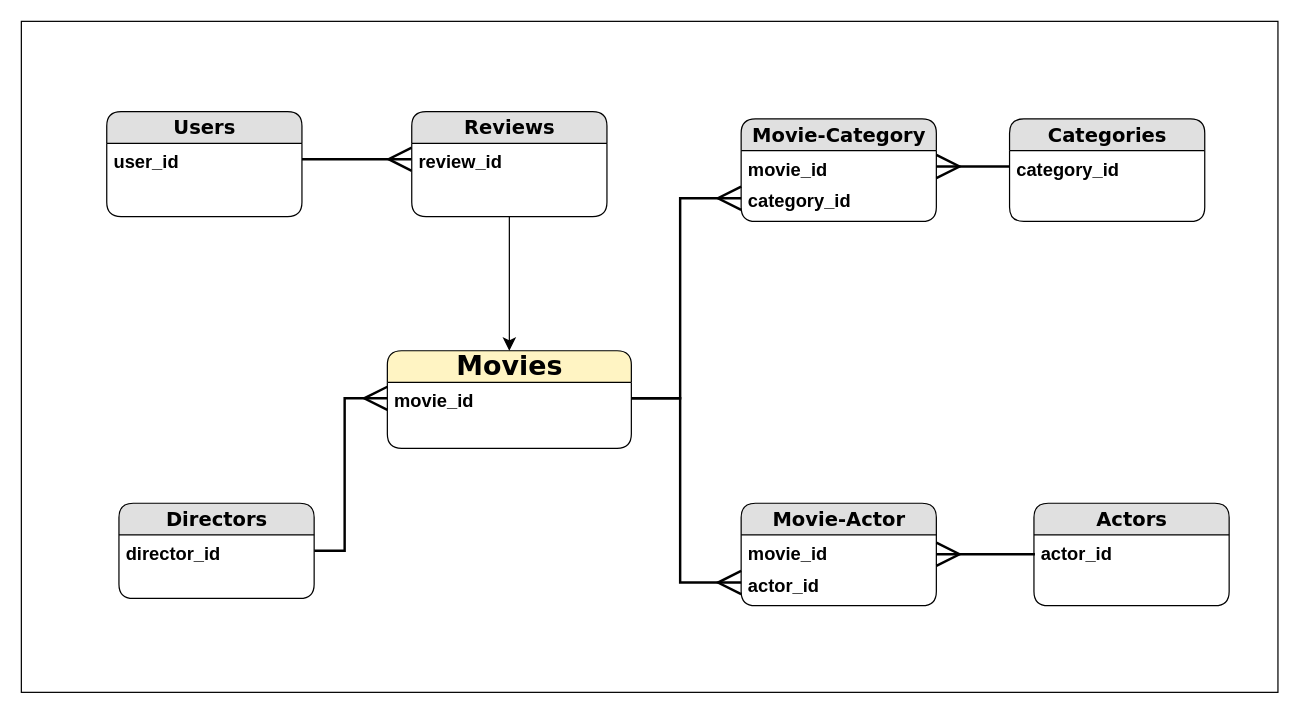
Earlier version of the draw.io diagram db/Untitled Diagram.drawio (georgiosKachrimanis/MovieDB). Source tidied: cells renumbered, new cells numbered last; positions are measured from the earlier drawing's top-left corner, leaving out a move shared by most shapes. Both pictures are drawn from the tidied source at 122%, with x=0, y=0 at pixel (21, 21).
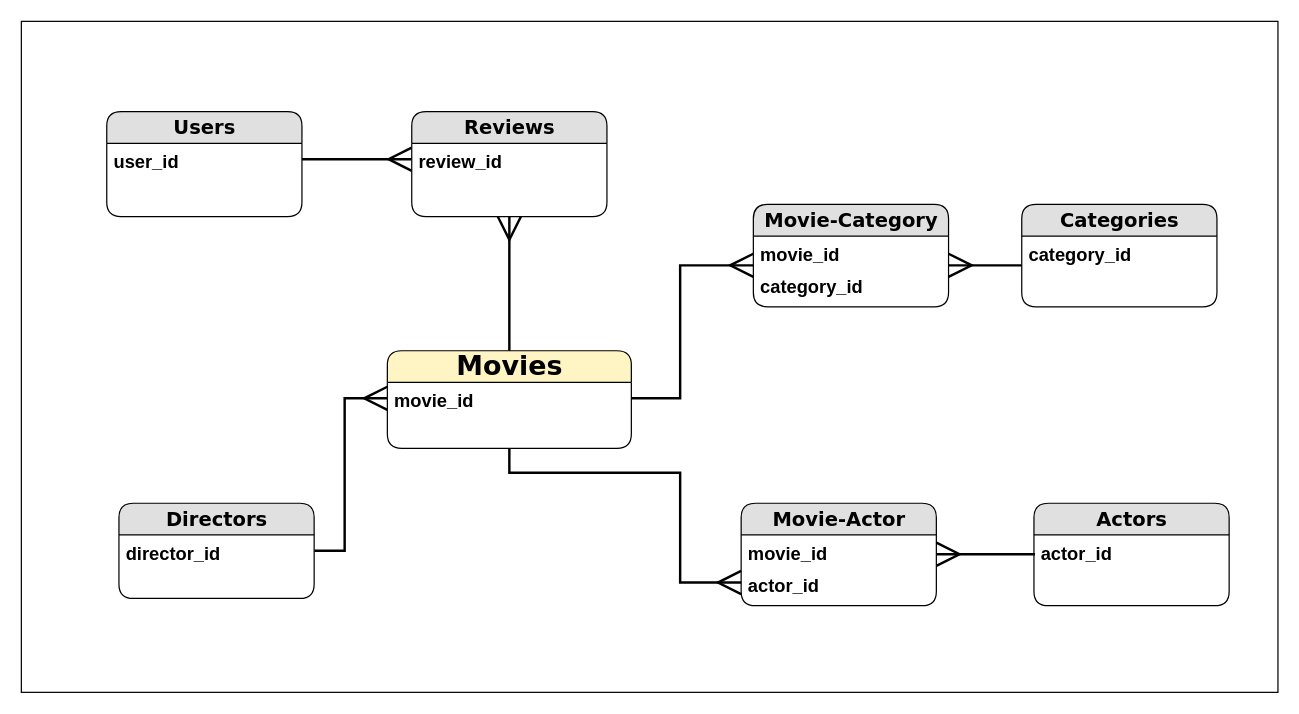
The same diagram, later.

The change refers to these unchanged cells:
```xml
<mxCell id="6" value="Reviews" style="swimlane;html=1;fontStyle=1;horizontal=1;startSize=26;fillColor=#e0e0e0;swimlaneFillColor=#ffffff;align=center;rounded=1;shadow=0;comic=0;labelBackgroundColor=none;strokeWidth=1;fontFamily=Verdana;fontSize=16;" parent="1" vertex="1">
  <mxGeometry x="320" y="74" width="160" height="86" as="geometry" />
</mxCell>
<mxCell id="9" value="Movies" style="swimlane;html=1;fontStyle=1;horizontal=1;startSize=26;fillColor=#FFF4C3;swimlaneFillColor=#ffffff;align=center;rounded=1;shadow=0;comic=0;labelBackgroundColor=none;strokeWidth=1;fontFamily=Verdana;fontSize=22;" parent="1" vertex="1">
  <mxGeometry x="300" y="270" width="200" height="80" as="geometry" />
</mxCell>
<mxCell id="10" value="movie_id" style="text;html=1;strokeColor=none;fillColor=none;spacingLeft=4;spacingRight=4;whiteSpace=wrap;overflow=hidden;points=[[0,0.5],[1,0.5]];portConstraint=eastwest;fontSize=15;fontStyle=1;" parent="9" vertex="1">
  <mxGeometry y="26" width="200" height="26" as="geometry" />
</mxCell>
<mxCell id="15" value="category_id" style="text;html=1;strokeColor=none;fillColor=none;spacingLeft=4;spacingRight=4;whiteSpace=wrap;overflow=hidden;points=[[0,0.5],[1,0.5]];portConstraint=eastwest;fontSize=15;fontStyle=1;" parent="14" vertex="1">
  <mxGeometry y="26" width="160" height="26" as="geometry" />
</mxCell>
<mxCell id="17" value="movie_id" style="text;html=1;strokeColor=none;fillColor=none;spacingLeft=4;spacingRight=4;whiteSpace=wrap;overflow=hidden;points=[[0,0.5],[1,0.5]];portConstraint=eastwest;fontSize=15;fontStyle=1;" parent="16" vertex="1">
  <mxGeometry y="26" width="160" height="26" as="geometry" />
</mxCell>
<mxCell id="18" value="category_id" style="text;html=1;strokeColor=none;fillColor=none;spacingLeft=4;spacingRight=4;whiteSpace=wrap;overflow=hidden;points=[[0,0.5],[1,0.5]];portConstraint=eastwest;fontSize=15;fontStyle=1;" parent="16" vertex="1">
  <mxGeometry y="52" width="160" height="26" as="geometry" />
</mxCell>
<mxCell id="24" value="actor_id" style="text;html=1;strokeColor=none;fillColor=none;spacingLeft=4;spacingRight=4;whiteSpace=wrap;overflow=hidden;points=[[0,0.5],[1,0.5]];portConstraint=eastwest;fontSize=15;fontStyle=1;" parent="22" vertex="1">
  <mxGeometry y="52" width="160" height="26" as="geometry" />
</mxCell>
```

Change to the diagram source:
```diff
@@
-    <mxCell id="13" style="edgeStyle=orthogonalEdgeStyle;html=1;labelBackgroundColor=none;startFill=0;startSize=8;endFill=1;endSize=8;fontFamily=Verdana;fontSize=12;" parent="1" edge="1" source="6" target="9">
+    <mxCell id="13" style="edgeStyle=orthogonalEdgeStyle;html=1;labelBackgroundColor=none;startFill=0;startSize=16;endFill=0;endSize=16;fontFamily=Verdana;fontSize=12;endArrow=none;startArrow=ERmany;strokeWidth=2;" parent="1" edge="1" source="6" target="9">
       <mxGeometry relative="1" as="geometry" />
     </mxCell>
     <mxCell id="14" value="Categories" style="swimlane;html=1;fontStyle=1;horizontal=1;startSize=26;fillColor=#e0e0e0;swimlaneFillColor=#ffffff;align=center;rounded=1;shadow=0;comic=0;labelBackgroundColor=none;strokeWidth=1;fontFamily=Verdana;fontSize=16;" parent="1" vertex="1">
-      <mxGeometry x="810" y="80" width="160" height="84" as="geometry" />
+      <mxGeometry x="820" y="150" width="160" height="84" as="geometry" />
     </mxCell>
@@
     <mxCell id="16" value="Movie-Category" style="swimlane;html=1;fontStyle=1;horizontal=1;startSize=26;fillColor=#e0e0e0;swimlaneFillColor=#ffffff;align=center;rounded=1;shadow=0;comic=0;labelBackgroundColor=none;strokeWidth=1;fontFamily=Verdana;fontSize=16;" parent="1" vertex="1">
-      <mxGeometry x="590" y="80" width="160" height="84" as="geometry" />
+      <mxGeometry x="600" y="150" width="160" height="84" as="geometry" />
     </mxCell>
@@
-    <mxCell id="19" style="edgeStyle=orthogonalEdgeStyle;rounded=0;jettySize=auto;html=1;entryX=0;entryY=0.5;entryDx=0;entryDy=0;endSize=16;endArrow=ERmany;endFill=0;strokeWidth=2;" parent="1" edge="1" source="10" target="18">
-      <mxGeometry relative="1" as="geometry" />
+    <mxCell id="19" style="edgeStyle=orthogonalEdgeStyle;rounded=0;jettySize=auto;html=1;endSize=16;endArrow=ERmany;endFill=0;strokeWidth=2;exitX=1;exitY=0.5;exitDx=0;exitDy=0;" parent="1" edge="1" source="10" target="16">
+      <mxGeometry relative="1" as="geometry">
+        <Array as="points">
+          <mxPoint x="540" y="309" />
+          <mxPoint x="540" y="200" />
+        </Array>
+      </mxGeometry>
     </mxCell>
@@
     <mxCell id="25" style="edgeStyle=orthogonalEdgeStyle;rounded=0;jettySize=auto;html=1;endArrow=none;endFill=0;jumpSize=13;startArrow=ERmany;startFill=0;targetPerimeterSpacing=0;endSize=6;strokeWidth=2;startSize=16;" parent="1" edge="1" source="17" target="15">
-      <mxGeometry relative="1" as="geometry" />
+      <mxGeometry relative="1" as="geometry">
+        <Array as="points">
+          <mxPoint x="790" y="200" />
+          <mxPoint x="790" y="200" />
+        </Array>
+      </mxGeometry>
     </mxCell>
-    <mxCell id="26" style="edgeStyle=orthogonalEdgeStyle;rounded=0;jettySize=auto;html=1;entryX=0;entryY=0.5;entryDx=0;entryDy=0;endSize=16;endArrow=ERmany;endFill=0;strokeWidth=2;exitX=1;exitY=0.5;exitDx=0;exitDy=0;" parent="1" edge="1" source="10" target="24">
-      <mxGeometry relative="1" as="geometry" />
+    <mxCell id="26" style="edgeStyle=orthogonalEdgeStyle;rounded=0;jettySize=auto;html=1;entryX=0;entryY=0.5;entryDx=0;entryDy=0;endSize=16;endArrow=ERmany;endFill=0;strokeWidth=2;exitX=0.5;exitY=1;exitDx=0;exitDy=0;" parent="1" edge="1" source="9" target="24">
+      <mxGeometry relative="1" as="geometry">
+        <Array as="points">
+          <mxPoint x="400" y="370" />
+          <mxPoint x="540" y="370" />
+          <mxPoint x="540" y="460" />
+        </Array>
+      </mxGeometry>
     </mxCell>
```
